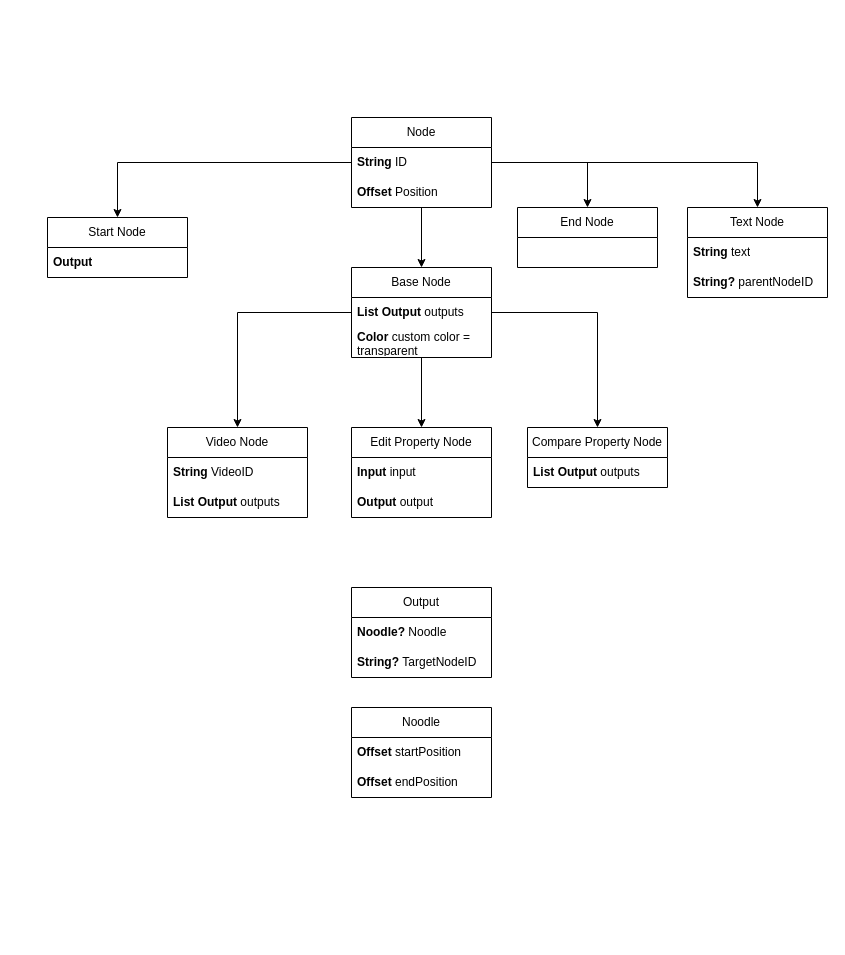
k-pasta/Nutria_FMV_Maker keeps this draw.io diagram as page "Nodes" (6 of 6) of Nutria FMV.drawio. Above is the earlier version. Source tidied: cells renumbered, new cells numbered last; positions are measured from the earlier drawing's top-left corner, leaving out a move shared by most shapes. Both pictures are drawn from the tidied source at 100%, with x=0, y=0 at pixel (47, 117).
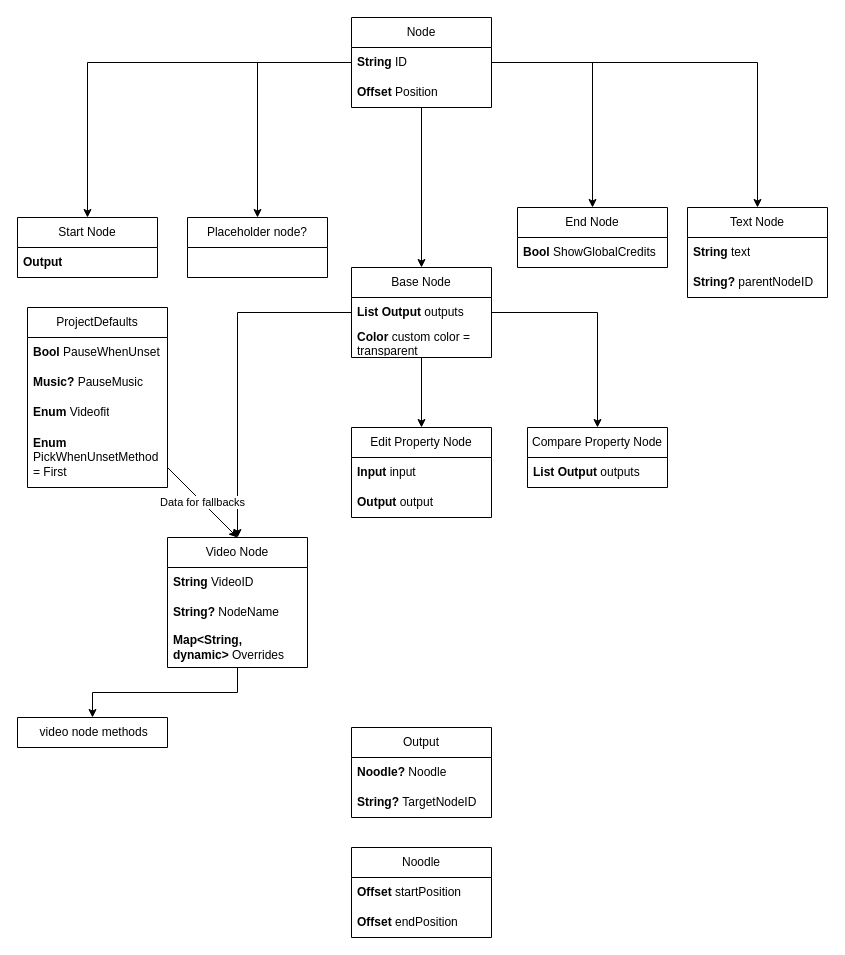
After the change.

Commit message (it also covers changes not shown here):
Updated Graph, Will update node data system

The change refers to these unchanged cells:
```xml
<mxCell id="5" value="&lt;b&gt;String &lt;/b&gt;ID" style="text;strokeColor=none;fillColor=none;align=left;verticalAlign=middle;spacingLeft=4;spacingRight=4;overflow=hidden;points=[[0,0.5],[1,0.5]];portConstraint=eastwest;whiteSpace=wrap;html=1;" parent="4" vertex="1">
  <mxGeometry y="30" width="140" height="30" as="geometry" />
</mxCell>
```

What changed in the source:
```diff
@@
     <mxCell id="4" value="Node" style="swimlane;fontStyle=0;horizontal=1;startSize=30;whiteSpace=wrap;html=1;" parent="1" vertex="1">
-      <mxGeometry x="304" width="140" height="90" as="geometry" />
+      <mxGeometry x="304" y="-100" width="140" height="90" as="geometry" />
     </mxCell>
@@
     <mxCell id="13" value="Start Node" style="swimlane;fontStyle=0;horizontal=1;startSize=30;whiteSpace=wrap;html=1;" parent="1" vertex="1">
-      <mxGeometry y="100" width="140" height="60" as="geometry" />
+      <mxGeometry x="-30" y="100" width="140" height="60" as="geometry" />
     </mxCell>
@@
+    <mxCell id="35" style="edgeStyle=orthogonalEdgeStyle;rounded=0;jettySize=auto;html=1;" parent="1" edge="1" source="15" target="47">
+      <mxGeometry relative="1" as="geometry" />
+    </mxCell>
     <mxCell id="15" value="Video Node" style="swimlane;fontStyle=0;horizontal=1;startSize=30;whiteSpace=wrap;html=1;" parent="1" vertex="1">
-      <mxGeometry x="120" y="310" width="140" height="90" as="geometry" />
+      <mxGeometry x="120" y="420" width="140" height="130" as="geometry" />
     </mxCell>
@@
-    <mxCell id="17" value="&lt;b&gt;List Output &lt;/b&gt;outputs" style="text;strokeColor=none;fillColor=none;align=left;verticalAlign=middle;spacingLeft=4;spacingRight=4;overflow=hidden;whiteSpace=wrap;html=1;" parent="15" vertex="1">
+    <mxCell id="17" value="&lt;b&gt;String?&amp;nbsp;&lt;/b&gt;NodeName" style="text;strokeColor=none;fillColor=none;align=left;verticalAlign=middle;spacingLeft=4;spacingRight=4;overflow=hidden;whiteSpace=wrap;html=1;" parent="15" vertex="1">
       <mxGeometry y="60" width="140" height="30" as="geometry" />
     </mxCell>
+    <mxCell id="36" value="&lt;b&gt;Map&amp;lt;String, dynamic&amp;gt;&amp;nbsp;&lt;/b&gt;Overrides" style="text;strokeColor=none;fillColor=none;align=left;verticalAlign=middle;spacingLeft=4;spacingRight=4;overflow=hidden;whiteSpace=wrap;html=1;" parent="15" vertex="1">
+      <mxGeometry y="90" width="140" height="40" as="geometry" />
+    </mxCell>
@@
     <mxCell id="23" value="End Node" style="swimlane;fontStyle=0;horizontal=1;startSize=30;whiteSpace=wrap;html=1;" parent="1" vertex="1">
-      <mxGeometry x="470" y="90" width="140" height="60" as="geometry" />
+      <mxGeometry x="470" y="90" width="150" height="60" as="geometry" />
     </mxCell>
+    <mxCell id="37" value="&lt;b&gt;Bool&amp;nbsp;&lt;/b&gt;ShowGlobalCredits" style="text;strokeColor=none;fillColor=none;align=left;verticalAlign=middle;spacingLeft=4;spacingRight=4;overflow=hidden;whiteSpace=wrap;html=1;" parent="23" vertex="1">
+      <mxGeometry y="30" width="150" height="30" as="geometry" />
+    </mxCell>
@@
     <mxCell id="29" value="Output" style="swimlane;fontStyle=0;horizontal=1;startSize=30;whiteSpace=wrap;html=1;" parent="1" vertex="1">
-      <mxGeometry x="304" y="470" width="140" height="90" as="geometry" />
+      <mxGeometry x="304" y="610" width="140" height="90" as="geometry" />
     </mxCell>
@@
     <mxCell id="32" value="Noodle" style="swimlane;fontStyle=0;horizontal=1;startSize=30;whiteSpace=wrap;html=1;" parent="1" vertex="1">
-      <mxGeometry x="304" y="590" width="140" height="90" as="geometry" />
+      <mxGeometry x="304" y="730" width="140" height="90" as="geometry" />
     </mxCell>
@@
+    <mxCell id="38" value="Placeholder node?" style="swimlane;fontStyle=0;horizontal=1;startSize=30;whiteSpace=wrap;html=1;" parent="1" vertex="1">
+      <mxGeometry x="140" y="100" width="140" height="60" as="geometry" />
+    </mxCell>
+    <mxCell id="39" style="edgeStyle=orthogonalEdgeStyle;rounded=0;jettySize=auto;html=1;exitX=0;exitY=0.5;exitDx=0;exitDy=0;" parent="1" edge="1" source="5" target="38">
+      <mxGeometry relative="1" as="geometry" />
+    </mxCell>
+    <mxCell id="40" value="ProjectDefaults" style="swimlane;fontStyle=0;horizontal=1;startSize=30;whiteSpace=wrap;html=1;" parent="1" vertex="1">
+      <mxGeometry x="-20" y="190" width="140" height="180" as="geometry" />
+    </mxCell>
+    <mxCell id="41" value="&lt;b&gt;Bool&amp;nbsp;&lt;/b&gt;PauseWhenUnset" style="text;strokeColor=none;fillColor=none;align=left;verticalAlign=middle;spacingLeft=4;spacingRight=4;overflow=hidden;whiteSpace=wrap;html=1;" parent="40" vertex="1">
+      <mxGeometry y="30" width="140" height="30" as="geometry" />
+    </mxCell>
+    <mxCell id="42" value="&lt;b&gt;Music?&amp;nbsp;&lt;/b&gt;PauseMusic" style="text;strokeColor=none;fillColor=none;align=left;verticalAlign=middle;spacingLeft=4;spacingRight=4;overflow=hidden;whiteSpace=wrap;html=1;" parent="40" vertex="1">
+      <mxGeometry y="60" width="140" height="30" as="geometry" />
+    </mxCell>
+    <mxCell id="43" value="&lt;b&gt;Enum &lt;/b&gt;Videofit" style="text;strokeColor=none;fillColor=none;align=left;verticalAlign=middle;spacingLeft=4;spacingRight=4;overflow=hidden;whiteSpace=wrap;html=1;" parent="40" vertex="1">
+      <mxGeometry y="90" width="140" height="30" as="geometry" />
+    </mxCell>
+    <mxCell id="44" value="&lt;b&gt;Enum &lt;/b&gt;PickWhenUnsetMethod = First" style="text;strokeColor=none;fillColor=none;align=left;verticalAlign=middle;spacingLeft=4;spacingRight=4;overflow=hidden;whiteSpace=wrap;html=1;" parent="40" vertex="1">
+      <mxGeometry y="120" width="140" height="60" as="geometry" />
+    </mxCell>
+    <mxCell id="45" style="endArrow=classic;html=1;rounded=0;entryX=0.5;entryY=0;entryDx=0;entryDy=0;" parent="1" edge="1" source="40" target="15">
+      <mxGeometry relative="1" as="geometry" />
+    </mxCell>
+    <mxCell id="46" value="Data for fallbacks" style="edgeLabel;html=1;align=center;verticalAlign=middle;" parent="45" vertex="1">
+      <mxGeometry relative="1" as="geometry" />
+    </mxCell>
+    <mxCell id="47" value="&amp;nbsp;video node&amp;nbsp;&lt;span style=&quot;background-color: initial;&quot;&gt;methods&lt;/span&gt;" style="swimlane;fontStyle=0;horizontal=1;startSize=30;whiteSpace=wrap;html=1;" parent="1" vertex="1" collapsed="1">
+      <mxGeometry x="-30" y="600" width="150" height="30" as="geometry" />
+    </mxCell>
```
